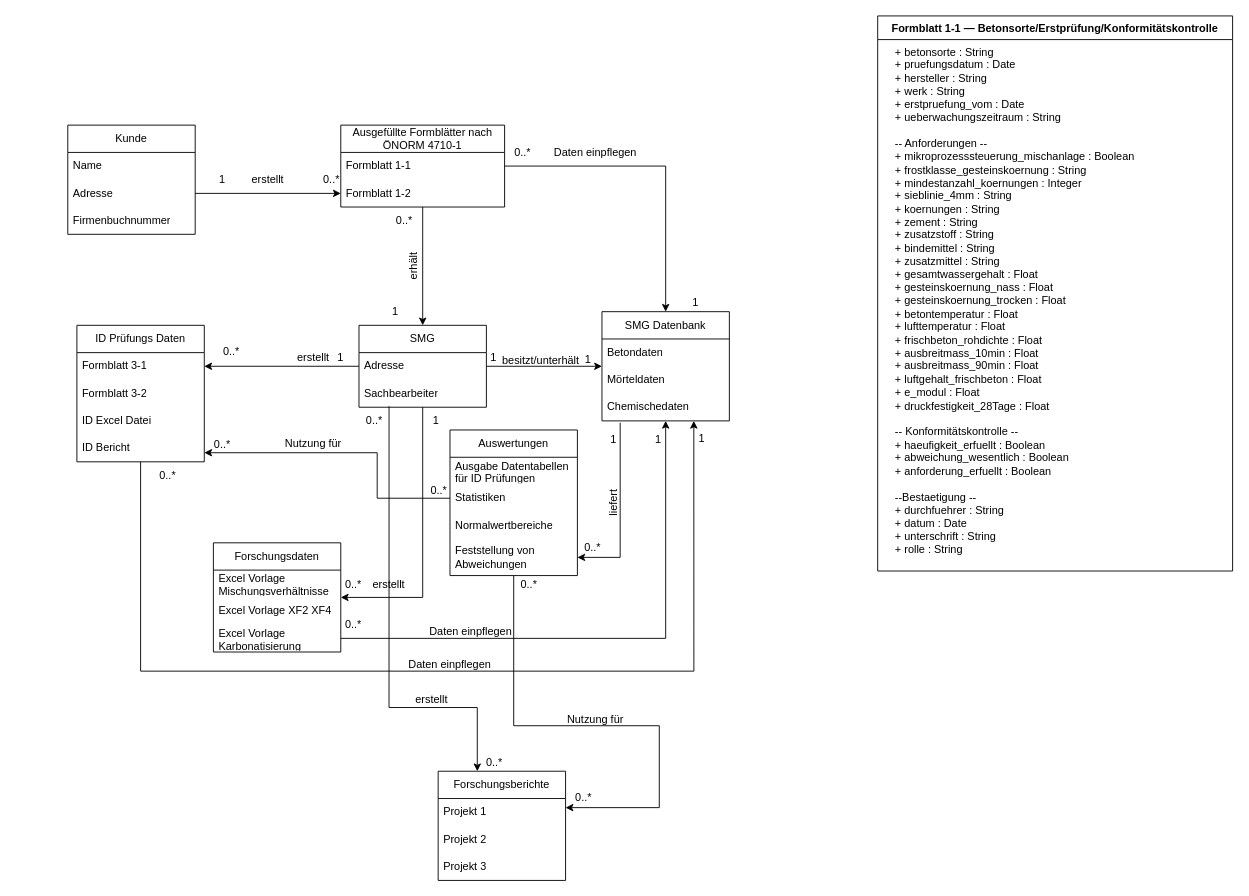
TManninger-smg/Datenmodellierung keeps this draw.io diagram as Unbenanntes Diagramm.drawio. Above is the earlier version. Source tidied: cells renumbered, new cells numbered last; positions are measured from the earlier drawing's top-left corner, leaving out a move shared by most shapes. Both pictures are drawn from the tidied source at 91%, with x=0, y=0 at pixel (67, 15).
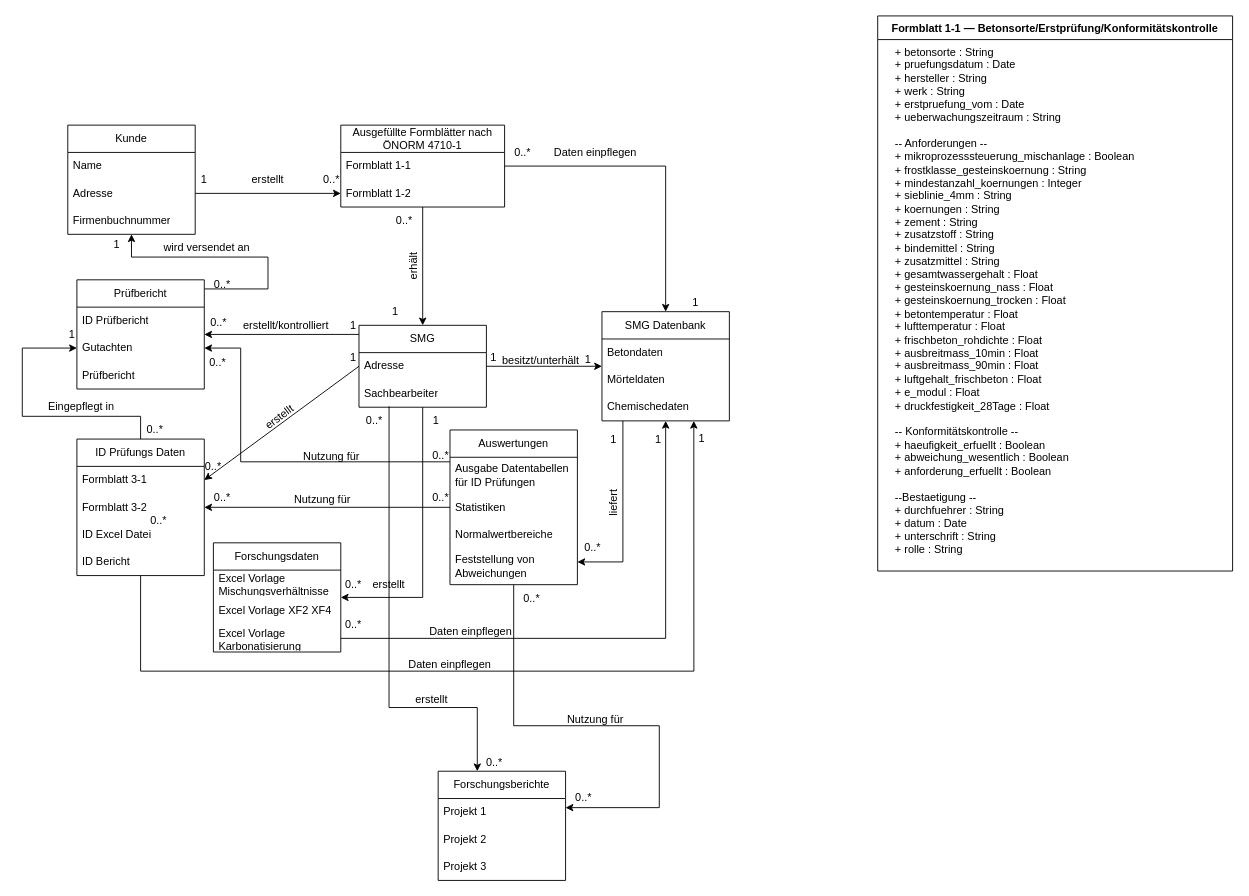
Above is the later version.

The change refers to these unchanged cells:
```xml
<mxCell id="2" value="Kunde" style="swimlane;fontStyle=0;horizontal=1;startSize=30;whiteSpace=wrap;html=1;" parent="1" vertex="1">
  <mxGeometry y="120" width="140" height="120" as="geometry" />
</mxCell>
<mxCell id="4" value="Adresse" style="text;strokeColor=none;fillColor=none;align=left;verticalAlign=middle;spacingLeft=4;spacingRight=4;overflow=hidden;points=[[0,0.5],[1,0.5]];portConstraint=eastwest;whiteSpace=wrap;html=1;" parent="2" vertex="1">
  <mxGeometry y="60" width="140" height="30" as="geometry" />
</mxCell>
<mxCell id="8" value="Formblatt 1-2" style="text;strokeColor=none;fillColor=none;align=left;verticalAlign=middle;spacingLeft=4;spacingRight=4;overflow=hidden;points=[[0,0.5],[1,0.5]];portConstraint=eastwest;whiteSpace=wrap;html=1;" parent="6" vertex="1">
  <mxGeometry y="60" width="180" height="30" as="geometry" />
</mxCell>
<mxCell id="34" value="SMG Datenbank" style="swimlane;fontStyle=0;horizontal=1;startSize=30;whiteSpace=wrap;html=1;" parent="1" vertex="1">
  <mxGeometry x="587" y="325" width="140" height="120" as="geometry" />
</mxCell>
<mxCell id="37" value="Chemischedaten" style="text;strokeColor=none;fillColor=none;align=left;verticalAlign=middle;spacingLeft=4;spacingRight=4;overflow=hidden;points=[[0,0.5],[1,0.5]];portConstraint=eastwest;whiteSpace=wrap;html=1;" parent="34" vertex="1">
  <mxGeometry y="90" width="140" height="30" as="geometry" />
</mxCell>
```

The edit, as a diff of the source:
```diff
@@
     <mxCell id="10" value="1" style="text;html=1;align=center;verticalAlign=middle;whiteSpace=wrap;rounded=0;" parent="1" vertex="1">
-      <mxGeometry x="140" y="165" width="60" height="30" as="geometry" />
+      <mxGeometry x="120" y="165" width="60" height="30" as="geometry" />
     </mxCell>
@@
-    <mxCell id="16" style="endArrow=classic;html=1;rounded=0;exitX=0;exitY=1;exitDx=0;exitDy=0;entryX=0;entryY=0.5;entryDx=0;entryDy=0;" parent="1" edge="1" source="10" target="8">
+    <mxCell id="16" style="endArrow=classic;html=1;rounded=0;entryX=0;entryY=0.5;entryDx=0;entryDy=0;exitX=1;exitY=0.5;exitDx=0;exitDy=0;" parent="1" edge="1" source="4" target="8">
       <mxGeometry relative="1" as="geometry" />
     </mxCell>
@@
     <mxCell id="19" value="ID Prüfungs Daten" style="swimlane;fontStyle=0;horizontal=1;startSize=30;whiteSpace=wrap;html=1;" parent="1" vertex="1">
-      <mxGeometry x="10" y="340" width="140" height="150" as="geometry" />
+      <mxGeometry x="10" y="465" width="140" height="150" as="geometry" />
     </mxCell>
@@
-    <mxCell id="24" value="erstellt" style="text;html=1;align=center;verticalAlign=middle;whiteSpace=wrap;rounded=0;" parent="1" vertex="1">
-      <mxGeometry x="240" y="361" width="60" height="30" as="geometry" />
+    <mxCell id="24" value="erstellt" style="text;html=1;align=center;verticalAlign=middle;whiteSpace=wrap;rounded=0;rotation=-37;" parent="1" vertex="1">
+      <mxGeometry x="203" y="426" width="60" height="30" as="geometry" />
     </mxCell>
     <mxCell id="25" value="1" style="text;html=1;align=center;verticalAlign=middle;whiteSpace=wrap;rounded=0;" parent="1" vertex="1">
-      <mxGeometry x="270" y="361" width="60" height="30" as="geometry" />
+      <mxGeometry x="284" y="361" width="60" height="30" as="geometry" />
     </mxCell>
     <mxCell id="26" value="0..*" style="text;html=1;align=center;verticalAlign=middle;whiteSpace=wrap;rounded=0;" parent="1" vertex="1">
-      <mxGeometry x="150" y="354" width="60" height="30" as="geometry" />
+      <mxGeometry x="130" y="480" width="60" height="30" as="geometry" />
     </mxCell>
@@
     <mxCell id="48" value="0..*" style="text;html=1;align=center;verticalAlign=middle;whiteSpace=wrap;rounded=0;" parent="1" vertex="1">
-      <mxGeometry x="80" y="490" width="60" height="30" as="geometry" />
+      <mxGeometry x="70" y="540" width="60" height="30" as="geometry" />
     </mxCell>
@@
+    <mxCell id="84" style="edgeStyle=orthogonalEdgeStyle;rounded=0;jettySize=auto;html=1;entryX=1;entryY=0.5;entryDx=0;entryDy=0;" parent="1" edge="1" source="57" target="89">
+      <mxGeometry relative="1" as="geometry">
+        <Array as="points">
+          <mxPoint x="190" y="490" />
+          <mxPoint x="190" y="365" />
+        </Array>
+      </mxGeometry>
+    </mxCell>
     <mxCell id="57" value="Auswertungen" style="swimlane;fontStyle=0;horizontal=1;startSize=30;whiteSpace=wrap;html=1;" parent="1" vertex="1">
-      <mxGeometry x="420" y="455" width="140" height="160" as="geometry" />
+      <mxGeometry x="420" y="455" width="140" height="170" as="geometry" />
     </mxCell>
     <mxCell id="58" value="Ausgabe Datentabellen für ID Prüfungen" style="text;strokeColor=none;fillColor=none;align=left;verticalAlign=middle;spacingLeft=4;spacingRight=4;overflow=hidden;whiteSpace=wrap;html=1;" parent="57" vertex="1">
-      <mxGeometry y="30" width="140" height="30" as="geometry" />
+      <mxGeometry y="30" width="140" height="40" as="geometry" />
     </mxCell>
     <mxCell id="59" value="Statistiken" style="text;strokeColor=none;fillColor=none;align=left;verticalAlign=middle;spacingLeft=4;spacingRight=4;overflow=hidden;points=[[0,0.5],[1,0.5]];portConstraint=eastwest;whiteSpace=wrap;html=1;" parent="57" vertex="1">
-      <mxGeometry y="60" width="140" height="30" as="geometry" />
+      <mxGeometry y="70" width="140" height="30" as="geometry" />
     </mxCell>
     <mxCell id="60" value="Normalwertbereiche" style="text;strokeColor=none;fillColor=none;align=left;verticalAlign=middle;spacingLeft=4;spacingRight=4;overflow=hidden;whiteSpace=wrap;html=1;" parent="57" vertex="1">
-      <mxGeometry y="90" width="140" height="30" as="geometry" />
+      <mxGeometry y="100" width="140" height="30" as="geometry" />
     </mxCell>
     <mxCell id="61" value="Feststellung von Abweichungen" style="text;strokeColor=none;fillColor=none;align=left;verticalAlign=middle;spacingLeft=4;spacingRight=4;overflow=hidden;points=[[0,0.5],[1,0.5]];portConstraint=eastwest;whiteSpace=wrap;html=1;" parent="57" vertex="1">
-      <mxGeometry y="120" width="140" height="40" as="geometry" />
+      <mxGeometry y="130" width="140" height="40" as="geometry" />
     </mxCell>
@@
-    <mxCell id="63" style="endArrow=classic;html=1;rounded=0;exitX=0.143;exitY=1.067;exitDx=0;exitDy=0;exitPerimeter=0;entryX=1;entryY=0.5;entryDx=0;entryDy=0;" parent="1" edge="1" source="37" target="61">
-      <mxGeometry relative="1" as="geometry">
-        <Array as="points">
-          <mxPoint x="607" y="595" />
-        </Array>
-      </mxGeometry>
-    </mxCell>
@@
-    <mxCell id="67" style="edgeStyle=orthogonalEdgeStyle;rounded=0;jettySize=auto;html=1;" parent="1" edge="1" source="59">
-      <mxGeometry relative="1" as="geometry">
-        <mxPoint x="150" y="480" as="targetPoint" />
-        <Array as="points">
-          <mxPoint x="340" y="530" />
-          <mxPoint x="340" y="480" />
-        </Array>
-      </mxGeometry>
-    </mxCell>
     <mxCell id="68" value="Nutzung für" style="text;html=1;align=center;verticalAlign=middle;whiteSpace=wrap;rounded=0;" parent="1" vertex="1">
-      <mxGeometry x="210" y="455" width="120" height="30" as="geometry" />
+      <mxGeometry x="220" y="517" width="120" height="30" as="geometry" />
     </mxCell>
     <mxCell id="69" value="0..*" style="text;html=1;align=center;verticalAlign=middle;whiteSpace=wrap;rounded=0;" parent="1" vertex="1">
-      <mxGeometry x="140" y="456" width="60" height="30" as="geometry" />
+      <mxGeometry x="140" y="515" width="60" height="30" as="geometry" />
     </mxCell>
     <mxCell id="70" value="0..*" style="text;html=1;align=center;verticalAlign=middle;whiteSpace=wrap;rounded=0;" parent="1" vertex="1">
-      <mxGeometry x="378" y="507" width="60" height="30" as="geometry" />
+      <mxGeometry x="380" y="515" width="60" height="30" as="geometry" />
     </mxCell>
@@
     <mxCell id="76" value="0..*" style="text;html=1;align=center;verticalAlign=middle;whiteSpace=wrap;rounded=0;" parent="1" vertex="1">
-      <mxGeometry x="477" y="610" width="60" height="30" as="geometry" />
+      <mxGeometry x="480" y="625" width="60" height="30" as="geometry" />
     </mxCell>
@@
+    <mxCell id="85" style="endArrow=classic;html=1;rounded=0;" parent="1" edge="1" source="57" target="19">
+      <mxGeometry relative="1" as="geometry" />
+    </mxCell>
+    <mxCell id="86" style="edgeStyle=orthogonalEdgeStyle;rounded=0;jettySize=auto;html=1;" parent="1" edge="1" source="87" target="2">
+      <mxGeometry relative="1" as="geometry">
+        <Array as="points">
+          <mxPoint x="220" y="300" />
+          <mxPoint x="220" y="265" />
+          <mxPoint x="70" y="265" />
+        </Array>
+      </mxGeometry>
+    </mxCell>
+    <mxCell id="87" value="Prüfbericht" style="swimlane;fontStyle=0;horizontal=1;startSize=30;whiteSpace=wrap;html=1;" parent="1" vertex="1">
+      <mxGeometry x="10" y="290" width="140" height="120" as="geometry" />
+    </mxCell>
+    <mxCell id="88" value="ID Prüfbericht" style="text;strokeColor=none;fillColor=none;align=left;verticalAlign=middle;spacingLeft=4;spacingRight=4;overflow=hidden;whiteSpace=wrap;html=1;" parent="87" vertex="1">
+      <mxGeometry y="30" width="140" height="30" as="geometry" />
+    </mxCell>
+    <mxCell id="89" value="Gutachten" style="text;strokeColor=none;fillColor=none;align=left;verticalAlign=middle;spacingLeft=4;spacingRight=4;overflow=hidden;points=[[0,0.5],[1,0.5]];portConstraint=eastwest;whiteSpace=wrap;html=1;" parent="87" vertex="1">
+      <mxGeometry y="60" width="140" height="30" as="geometry" />
+    </mxCell>
+    <mxCell id="90" value="Prüfbericht" style="text;strokeColor=none;fillColor=none;align=left;verticalAlign=middle;spacingLeft=4;spacingRight=4;overflow=hidden;whiteSpace=wrap;html=1;" parent="87" vertex="1">
+      <mxGeometry y="90" width="140" height="30" as="geometry" />
+    </mxCell>
+    <mxCell id="91" style="edgeStyle=orthogonalEdgeStyle;rounded=0;jettySize=auto;html=1;" parent="1" edge="1" source="19" target="89">
+      <mxGeometry relative="1" as="geometry">
+        <Array as="points">
+          <mxPoint x="80" y="440" />
+          <mxPoint x="-50" y="440" />
+          <mxPoint x="-50" y="365" />
+        </Array>
+      </mxGeometry>
+    </mxCell>
+    <mxCell id="92" value="Eingepflegt in" style="text;html=1;align=center;verticalAlign=middle;whiteSpace=wrap;rounded=0;" parent="1" vertex="1">
+      <mxGeometry x="-30" y="415" width="90" height="30" as="geometry" />
+    </mxCell>
+    <mxCell id="93" value="0..*" style="text;html=1;align=center;verticalAlign=middle;whiteSpace=wrap;rounded=0;" parent="1" vertex="1">
+      <mxGeometry x="66" y="440" width="60" height="30" as="geometry" />
+    </mxCell>
+    <mxCell id="94" value="1" style="text;html=1;align=center;verticalAlign=middle;whiteSpace=wrap;rounded=0;" parent="1" vertex="1">
+      <mxGeometry x="-30" y="335" width="70" height="30" as="geometry" />
+    </mxCell>
+    <mxCell id="95" style="endArrow=classic;html=1;rounded=0;" parent="1" edge="1" target="87">
+      <mxGeometry relative="1" as="geometry">
+        <mxPoint x="320" y="350" as="sourcePoint" />
+      </mxGeometry>
+    </mxCell>
+    <mxCell id="96" value="1" style="text;html=1;align=center;verticalAlign=middle;whiteSpace=wrap;rounded=0;" parent="1" vertex="1">
+      <mxGeometry x="284" y="325" width="60" height="30" as="geometry" />
+    </mxCell>
+    <mxCell id="97" value="erstellt/kontrolliert" style="text;html=1;align=center;verticalAlign=middle;whiteSpace=wrap;rounded=0;" parent="1" vertex="1">
+      <mxGeometry x="210" y="325" width="60" height="30" as="geometry" />
+    </mxCell>
+    <mxCell id="98" value="0..*" style="text;html=1;align=center;verticalAlign=middle;whiteSpace=wrap;rounded=0;" parent="1" vertex="1">
+      <mxGeometry x="136" y="322" width="60" height="30" as="geometry" />
+    </mxCell>
+    <mxCell id="99" value="Nutzung für" style="text;html=1;align=center;verticalAlign=middle;whiteSpace=wrap;rounded=0;" parent="1" vertex="1">
+      <mxGeometry x="230" y="470" width="120" height="30" as="geometry" />
+    </mxCell>
+    <mxCell id="100" value="0..*" style="text;html=1;align=center;verticalAlign=middle;whiteSpace=wrap;rounded=0;" parent="1" vertex="1">
+      <mxGeometry x="135" y="366" width="60" height="30" as="geometry" />
+    </mxCell>
+    <mxCell id="101" value="0..*" style="text;html=1;align=center;verticalAlign=middle;whiteSpace=wrap;rounded=0;" parent="1" vertex="1">
+      <mxGeometry x="380" y="468" width="60" height="30" as="geometry" />
+    </mxCell>
+    <mxCell id="102" value="0..*" style="text;html=1;align=center;verticalAlign=middle;whiteSpace=wrap;rounded=0;" parent="1" vertex="1">
+      <mxGeometry x="140" y="280" width="60" height="30" as="geometry" />
+    </mxCell>
+    <mxCell id="103" value="1" style="text;html=1;align=center;verticalAlign=middle;whiteSpace=wrap;rounded=0;" parent="1" vertex="1">
+      <mxGeometry x="24" y="236" width="60" height="30" as="geometry" />
+    </mxCell>
+    <mxCell id="104" value="wird versendet an" style="text;html=1;align=center;verticalAlign=middle;whiteSpace=wrap;rounded=0;" parent="1" vertex="1">
+      <mxGeometry x="96" y="240" width="114" height="30" as="geometry" />
+    </mxCell>
+    <mxCell id="105" style="edgeStyle=orthogonalEdgeStyle;rounded=0;jettySize=auto;html=1;" parent="1" edge="1" source="34" target="57">
+      <mxGeometry relative="1" as="geometry">
+        <Array as="points">
+          <mxPoint x="610" y="600" />
+        </Array>
+      </mxGeometry>
+    </mxCell>
```
